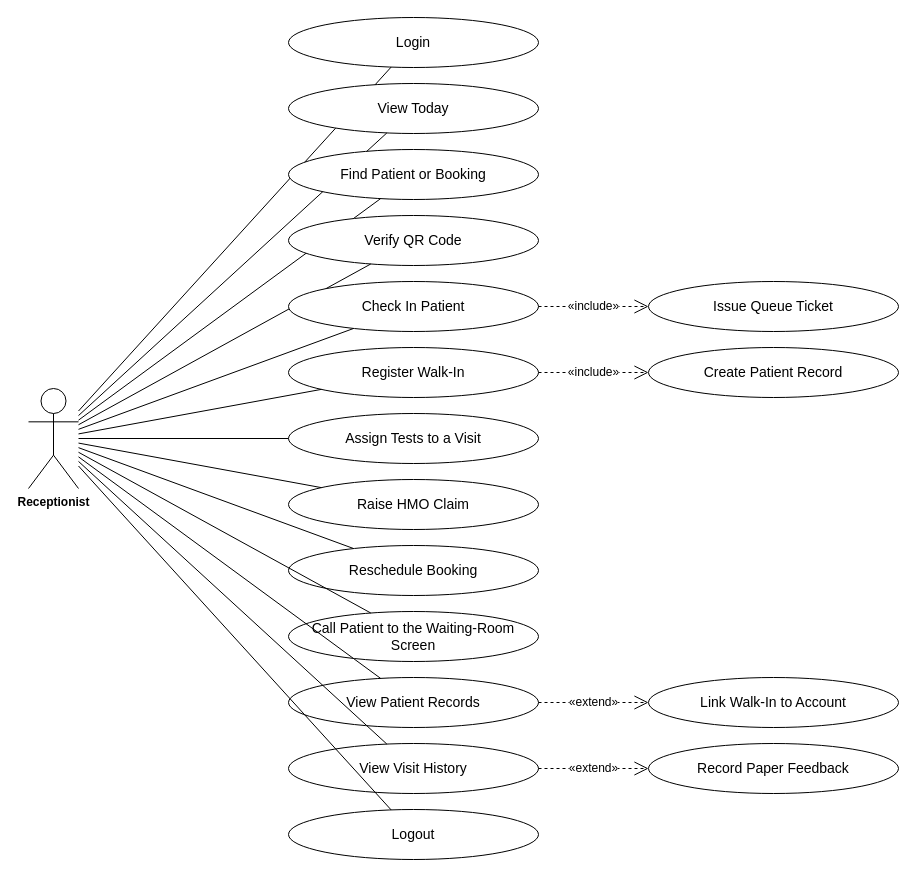
Above: page "Receptionist" (3 of 8) of docs/diagrams/usecases.drawio in steven23lz/Enlogada-Clinic-Management-System (draw.io), before the change. Source tidied: cells renumbered, new cells numbered last; positions are measured from the earlier drawing's top-left corner, leaving out a move shared by most shapes. Both pictures are drawn from the tidied source at 100%, with x=0, y=0 at pixel (28, 17).
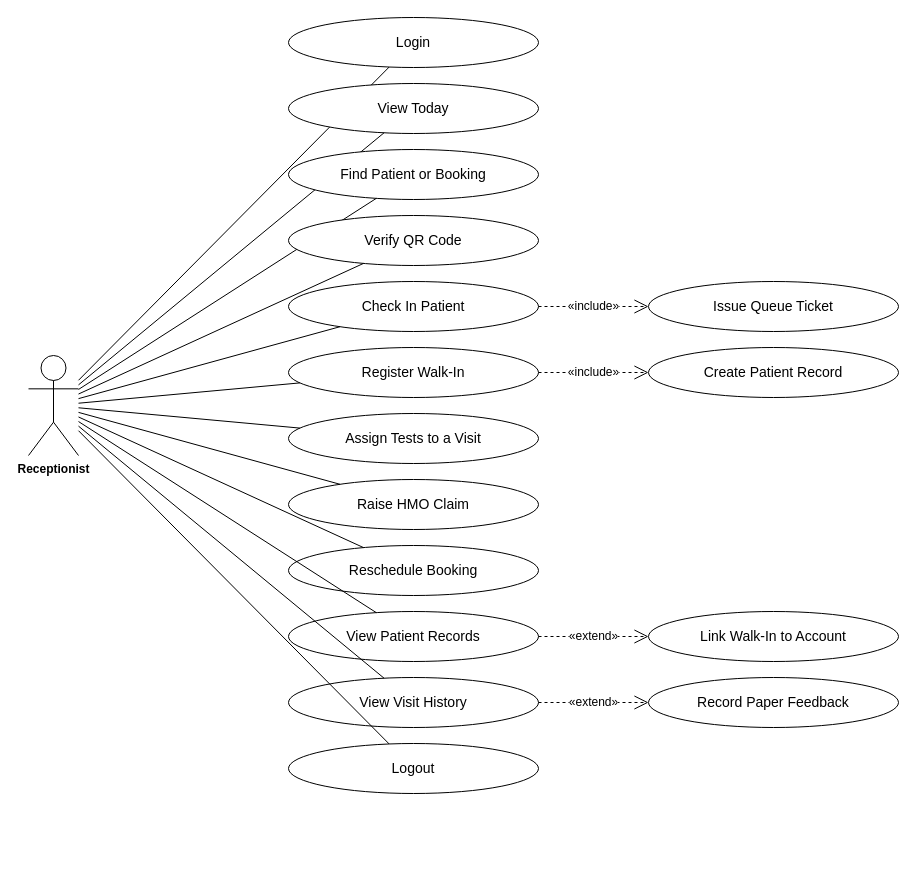
After the change.

The change refers to these unchanged cells:
```xml
<mxCell id="11" value="Check In Patient" style="ellipse;whiteSpace=wrap;html=1;fontFamily=Helvetica;fontSize=14;fontColor=#000000;strokeColor=#000000;" parent="1" vertex="1">
  <mxGeometry x="260" y="264" width="250" height="50" as="geometry" />
</mxCell>
<mxCell id="13" value="Register Walk-In" style="ellipse;whiteSpace=wrap;html=1;fontFamily=Helvetica;fontSize=14;fontColor=#000000;strokeColor=#000000;" parent="1" vertex="1">
  <mxGeometry x="260" y="330" width="250" height="50" as="geometry" />
</mxCell>
```

What changed in the source:
```diff
@@
     <mxCell id="2" value="Receptionist" style="shape=umlActor;verticalLabelPosition=bottom;verticalAlign=top;html=1;outlineConnect=0;fontFamily=Helvetica;fontSize=12;fontStyle=1;" parent="1" vertex="1">
-      <mxGeometry y="371" width="50" height="100" as="geometry" />
+      <mxGeometry y="338" width="50" height="100" as="geometry" />
     </mxCell>
@@
-    <mxCell id="21" value="Call Patient to the Waiting-Room Screen" style="ellipse;whiteSpace=wrap;html=1;fontFamily=Helvetica;fontSize=14;fontColor=#000000;strokeColor=#000000;" parent="1" vertex="1">
+    <mxCell id="21" value="View Patient Records" style="ellipse;whiteSpace=wrap;html=1;fontFamily=Helvetica;fontSize=14;fontColor=#000000;strokeColor=#000000;" parent="1" vertex="1">
       <mxGeometry x="260" y="594" width="250" height="50" as="geometry" />
     </mxCell>
@@
-    <mxCell id="23" value="View Patient Records" style="ellipse;whiteSpace=wrap;html=1;fontFamily=Helvetica;fontSize=14;fontColor=#000000;strokeColor=#000000;" parent="1" vertex="1">
+    <mxCell id="23" value="View Visit History" style="ellipse;whiteSpace=wrap;html=1;fontFamily=Helvetica;fontSize=14;fontColor=#000000;strokeColor=#000000;" parent="1" vertex="1">
       <mxGeometry x="260" y="660" width="250" height="50" as="geometry" />
     </mxCell>
@@
-    <mxCell id="25" value="View Visit History" style="ellipse;whiteSpace=wrap;html=1;fontFamily=Helvetica;fontSize=14;fontColor=#000000;strokeColor=#000000;" parent="1" vertex="1">
+    <mxCell id="25" value="Logout" style="ellipse;whiteSpace=wrap;html=1;fontFamily=Helvetica;fontSize=14;fontColor=#000000;strokeColor=#000000;" parent="1" vertex="1">
       <mxGeometry x="260" y="726" width="250" height="50" as="geometry" />
     </mxCell>
@@
-    <mxCell id="27" value="Logout" style="ellipse;whiteSpace=wrap;html=1;fontFamily=Helvetica;fontSize=14;fontColor=#000000;strokeColor=#000000;" parent="1" vertex="1">
-      <mxGeometry x="260" y="792" width="250" height="50" as="geometry" />
+    <mxCell id="27" value="Issue Queue Ticket" style="ellipse;whiteSpace=wrap;html=1;fontFamily=Helvetica;fontSize=14;fontColor=#000000;strokeColor=#000000;" parent="1" vertex="1">
+      <mxGeometry x="620" y="264" width="250" height="50" as="geometry" />
     </mxCell>
-    <mxCell id="28" style="edgeStyle=none;rounded=0;html=1;endArrow=none;fontFamily=Helvetica;fontSize=12;fontColor=#000000;strokeColor=#000000;" parent="1" edge="1" source="2" target="27">
+    <mxCell id="28" value="«include»" style="endArrow=open;endSize=12;dashed=1;html=1;fontFamily=Helvetica;fontSize=12;fontColor=#000000;strokeColor=#000000;" parent="1" edge="1" source="11" target="27">
       <mxGeometry relative="1" as="geometry" />
     </mxCell>
-    <mxCell id="29" value="Issue Queue Ticket" style="ellipse;whiteSpace=wrap;html=1;fontFamily=Helvetica;fontSize=14;fontColor=#000000;strokeColor=#000000;" parent="1" vertex="1">
-      <mxGeometry x="620" y="264" width="250" height="50" as="geometry" />
+    <mxCell id="29" value="Create Patient Record" style="ellipse;whiteSpace=wrap;html=1;fontFamily=Helvetica;fontSize=14;fontColor=#000000;strokeColor=#000000;" parent="1" vertex="1">
+      <mxGeometry x="620" y="330" width="250" height="50" as="geometry" />
     </mxCell>
-    <mxCell id="30" value="«include»" style="endArrow=open;endSize=12;dashed=1;html=1;fontFamily=Helvetica;fontSize=12;fontColor=#000000;strokeColor=#000000;" parent="1" edge="1" source="11" target="29">
+    <mxCell id="30" value="«include»" style="endArrow=open;endSize=12;dashed=1;html=1;fontFamily=Helvetica;fontSize=12;fontColor=#000000;strokeColor=#000000;" parent="1" edge="1" source="13" target="29">
       <mxGeometry relative="1" as="geometry" />
     </mxCell>
-    <mxCell id="31" value="Create Patient Record" style="ellipse;whiteSpace=wrap;html=1;fontFamily=Helvetica;fontSize=14;fontColor=#000000;strokeColor=#000000;" parent="1" vertex="1">
-      <mxGeometry x="620" y="330" width="250" height="50" as="geometry" />
+    <mxCell id="31" value="Link Walk-In to Account" style="ellipse;whiteSpace=wrap;html=1;fontFamily=Helvetica;fontSize=14;fontColor=#000000;strokeColor=#000000;" parent="1" vertex="1">
+      <mxGeometry x="620" y="594" width="250" height="50" as="geometry" />
     </mxCell>
-    <mxCell id="32" value="«include»" style="endArrow=open;endSize=12;dashed=1;html=1;fontFamily=Helvetica;fontSize=12;fontColor=#000000;strokeColor=#000000;" parent="1" edge="1" source="13" target="31">
+    <mxCell id="32" value="«extend»" style="endArrow=open;endSize=12;dashed=1;html=1;fontFamily=Helvetica;fontSize=12;fontColor=#000000;strokeColor=#000000;" parent="1" edge="1" source="21" target="31">
       <mxGeometry relative="1" as="geometry" />
     </mxCell>
-    <mxCell id="33" value="Link Walk-In to Account" style="ellipse;whiteSpace=wrap;html=1;fontFamily=Helvetica;fontSize=14;fontColor=#000000;strokeColor=#000000;" parent="1" vertex="1">
+    <mxCell id="33" value="Record Paper Feedback" style="ellipse;whiteSpace=wrap;html=1;fontFamily=Helvetica;fontSize=14;fontColor=#000000;strokeColor=#000000;" parent="1" vertex="1">
       <mxGeometry x="620" y="660" width="250" height="50" as="geometry" />
     </mxCell>
@@
-    <mxCell id="35" value="Record Paper Feedback" style="ellipse;whiteSpace=wrap;html=1;fontFamily=Helvetica;fontSize=14;fontColor=#000000;strokeColor=#000000;" parent="1" vertex="1">
-      <mxGeometry x="620" y="726" width="250" height="50" as="geometry" />
-    </mxCell>
-    <mxCell id="36" value="«extend»" style="endArrow=open;endSize=12;dashed=1;html=1;fontFamily=Helvetica;fontSize=12;fontColor=#000000;strokeColor=#000000;" parent="1" edge="1" source="25" target="35">
-      <mxGeometry relative="1" as="geometry" />
-    </mxCell>
```
